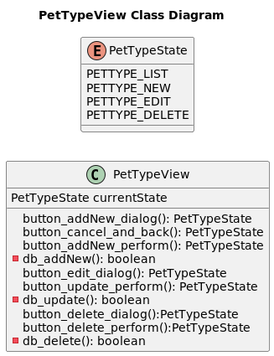
Jakarta-EE-Petclinic/petclinic-uml keeps this PlantUML diagram as uml/owner/implementation/View__Class-OwnerView_Class_Diagram.png. Above is the earlier version. Source of this version:
```plantuml
@startuml

title PetTypeView Class Diagram

left to right direction

class PetTypeView {
    PetTypeState currentState
    button_addNew_dialog(): PetTypeState
    button_cancel_and_back(): PetTypeState
    button_addNew_perform(): PetTypeState
    - db_addNew(): boolean
    button_edit_dialog(): PetTypeState
    button_update_perform(): PetTypeState
    - db_update(): boolean
    button_delete_dialog():PetTypeState
    button_delete_perform():PetTypeState
    - db_delete(): boolean
}

enum PetTypeState {
    PETTYPE_LIST
    PETTYPE_NEW
    PETTYPE_EDIT
    PETTYPE_DELETE
}

@enduml
```
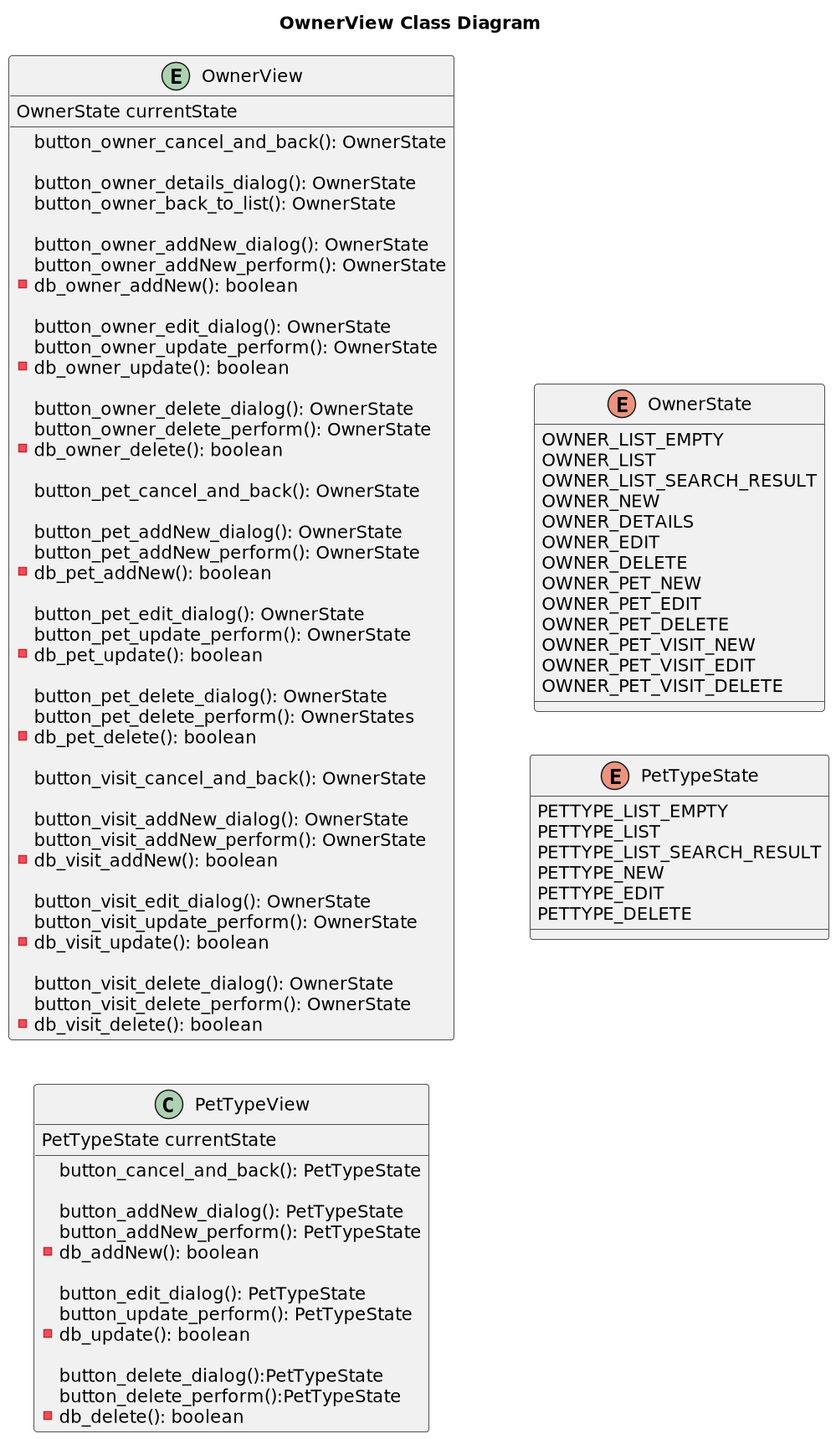
Later version of the same file.

The edit, as a diff of the source:
```diff
@@ -1,28 +1,107 @@
 @startuml
 
-title PetTypeView Class Diagram
+
+title OwnerView Class Diagram
 
 left to right direction
 
+scale 1000 width
+
+entity OwnerView {
+
+    OwnerState currentState
+
+    button_owner_cancel_and_back(): OwnerState
+
+    button_owner_details_dialog(): OwnerState
+    button_owner_back_to_list(): OwnerState
+
+    button_owner_addNew_dialog(): OwnerState
+    button_owner_addNew_perform(): OwnerState
+    -db_owner_addNew(): boolean
+
+    button_owner_edit_dialog(): OwnerState
+    button_owner_update_perform(): OwnerState
+    - db_owner_update(): boolean
+
+    button_owner_delete_dialog(): OwnerState
+    button_owner_delete_perform(): OwnerState
+    - db_owner_delete(): boolean
+
+    button_pet_cancel_and_back(): OwnerState
+
+    button_pet_addNew_dialog(): OwnerState
+    button_pet_addNew_perform(): OwnerState
+    - db_pet_addNew(): boolean
+
+    button_pet_edit_dialog(): OwnerState
+    button_pet_update_perform(): OwnerState
+    - db_pet_update(): boolean
+
+    button_pet_delete_dialog(): OwnerState
+    button_pet_delete_perform(): OwnerStates
+    - db_pet_delete(): boolean
+
+    button_visit_cancel_and_back(): OwnerState
+
+    button_visit_addNew_dialog(): OwnerState
+    button_visit_addNew_perform(): OwnerState
+    - db_visit_addNew(): boolean
+
+    button_visit_edit_dialog(): OwnerState
+    button_visit_update_perform(): OwnerState
+   - db_visit_update(): boolean
+
+    button_visit_delete_dialog(): OwnerState
+    button_visit_delete_perform(): OwnerState
+    - db_visit_delete(): boolean
+}
+
 class PetTypeView {
+
     PetTypeState currentState
+
+    button_cancel_and_back(): PetTypeState
+
     button_addNew_dialog(): PetTypeState
-    button_cancel_and_back(): PetTypeState
     button_addNew_perform(): PetTypeState
     - db_addNew(): boolean
+
     button_edit_dialog(): PetTypeState
     button_update_perform(): PetTypeState
     - db_update(): boolean
+
     button_delete_dialog():PetTypeState
     button_delete_perform():PetTypeState
     - db_delete(): boolean
 }
 
+
+enum OwnerState {
+    OWNER_LIST_EMPTY
+    OWNER_LIST
+    OWNER_LIST_SEARCH_RESULT
+    OWNER_NEW
+    OWNER_DETAILS
+    OWNER_EDIT
+    OWNER_DELETE
+    OWNER_PET_NEW
+    OWNER_PET_EDIT
+    OWNER_PET_DELETE
+    OWNER_PET_VISIT_NEW
+    OWNER_PET_VISIT_EDIT
+    OWNER_PET_VISIT_DELETE
+}
+
 enum PetTypeState {
+    PETTYPE_LIST_EMPTY
     PETTYPE_LIST
+    PETTYPE_LIST_SEARCH_RESULT
     PETTYPE_NEW
     PETTYPE_EDIT
     PETTYPE_DELETE
 }
 
+
+
 @enduml
```
